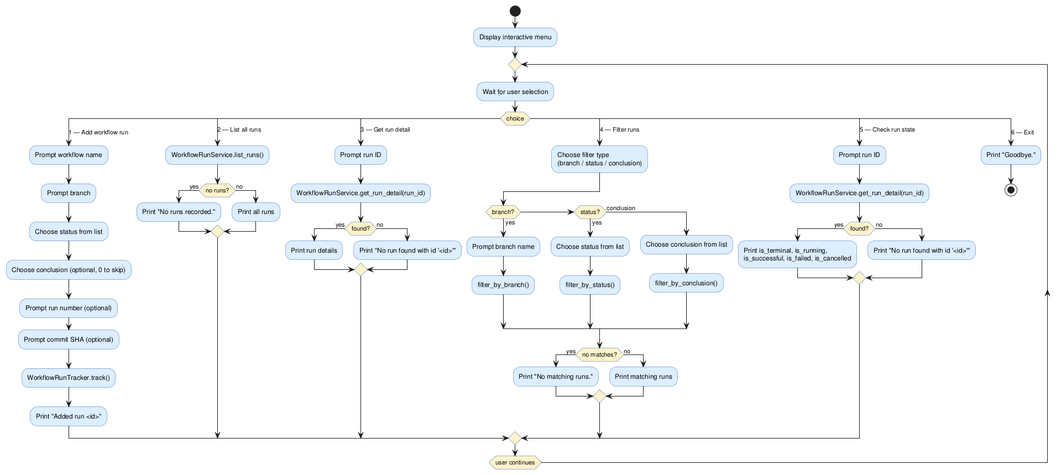
The PlantUML diagram experiments/broadcast/structured_text/github-workflow-manager/artifacts/activity_diagram_interactive.png in DanielRiha8906/Software_autoevolution_using_agents, before a commit.
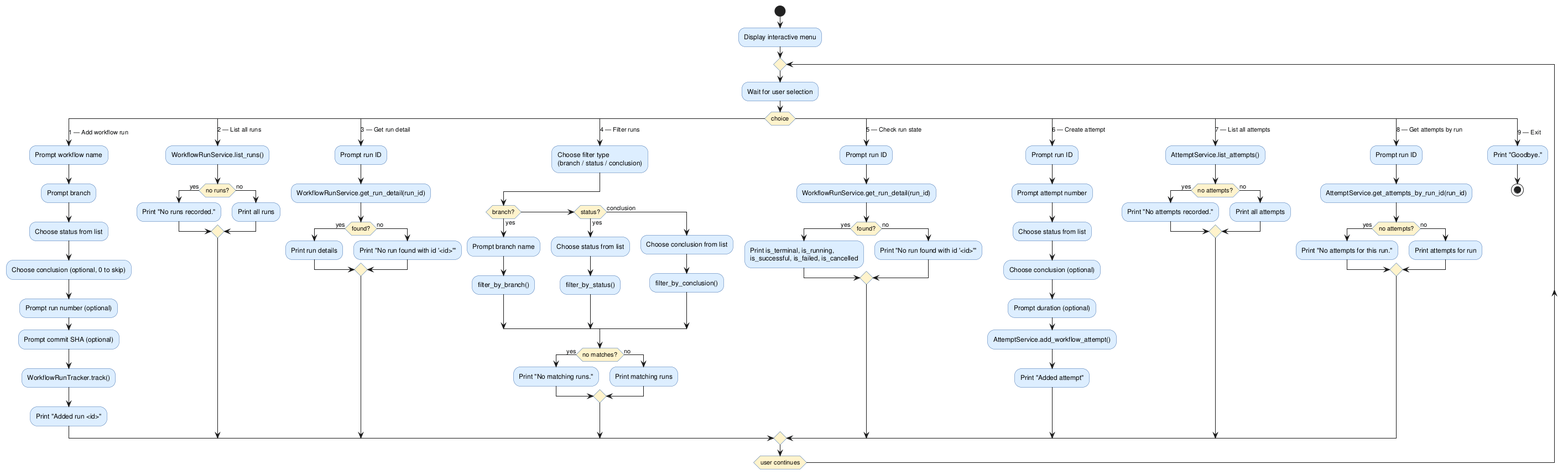
The same file after the commit.

The edit, as a diff of the source:
```diff
@@ -68,7 +68,33 @@
         :Print "No run found with id '<id>'";
       endif
 
-    case (6 — Exit)
+    case (6 — Create attempt)
+      :Prompt run ID;
+      :Prompt attempt number;
+      :Choose status from list;
+      :Choose conclusion (optional);
+      :Prompt duration (optional);
+      :AttemptService.add_workflow_attempt();
+      :Print "Added attempt";
+
+    case (7 — List all attempts)
+      :AttemptService.list_attempts();
+      if (no attempts?) then (yes)
+        :Print "No attempts recorded.";
+      else (no)
+        :Print all attempts;
+      endif
+
+    case (8 — Get attempts by run)
+      :Prompt run ID;
+      :AttemptService.get_attempts_by_run_id(run_id);
+      if (no attempts?) then (yes)
+        :Print "No attempts for this run.";
+      else (no)
+        :Print attempts for run;
+      endif
+
+    case (9 — Exit)
       :Print "Goodbye.";
       stop
 
```
